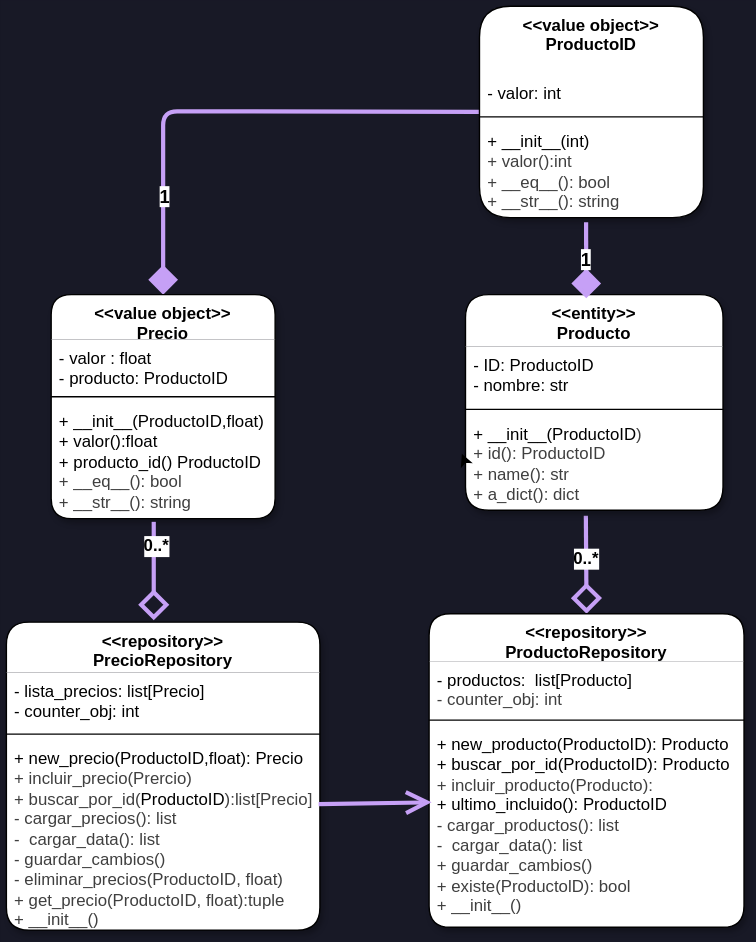
This is Docs/DiagramaSubSistema.svg from shinovi9/Subsistema-Precio, a draw.io export, as it was before one commit. Source tidied: cells renumbered, new cells last; positions are measured from the earlier drawing's top-left corner, leaving out a move shared by most shapes.
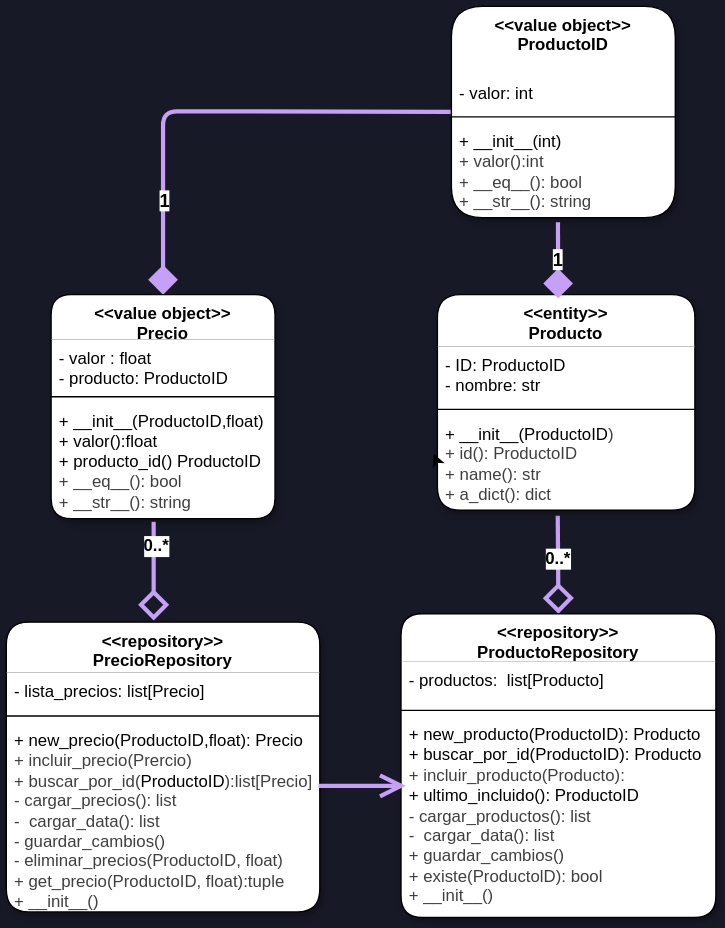
After the commit.

Commit message:
Cambios pequeños en ProductoRepository(iliminacion del limite de counter_obj)

Diff of the diagram source:
```diff
@@ -28,36 +28,36 @@
       <mxGeometry relative="1" as="geometry" />
     </mxCell>
     <mxCell id="9" value="&lt;span style=&quot;color: rgb(0, 0, 0);&quot;&gt;&amp;lt;&amp;lt;repository&amp;gt;&amp;gt;&lt;/span&gt;&lt;div&gt;&lt;span style=&quot;color: rgb(0, 0, 0);&quot;&gt;PrecioRepository&lt;/span&gt;&lt;/div&gt;" style="swimlane;fontStyle=1;align=center;verticalAlign=top;horizontal=1;startSize=36;whiteSpace=wrap;html=1;swimlaneFillColor=default;gradientColor=none;fillStyle=auto;strokeWidth=1;rounded=1;glass=0;swimlaneLine=0;shadow=1;" parent="1" vertex="1">
-      <mxGeometry y="440" width="224" height="220" as="geometry" />
+      <mxGeometry x="20" y="440" width="224" height="207" as="geometry" />
     </mxCell>
-    <mxCell id="10" value="- lista_precios: list[Precio]&lt;div&gt;- counter_obj: int&lt;/div&gt;" style="text;strokeColor=none;fillColor=none;align=left;verticalAlign=top;spacingLeft=4;spacingRight=4;overflow=hidden;whiteSpace=wrap;html=1;rounded=1;" parent="9" vertex="1">
-      <mxGeometry y="36" width="224" height="40" as="geometry" />
+    <mxCell id="10" value="- lista_precios: list[Precio]" style="text;strokeColor=none;fillColor=none;align=left;verticalAlign=top;spacingLeft=4;spacingRight=4;overflow=hidden;whiteSpace=wrap;html=1;rounded=1;" parent="9" vertex="1">
+      <mxGeometry y="36" width="224" height="27" as="geometry" />
     </mxCell>
     <mxCell id="11" style="line;strokeWidth=1;fillColor=none;align=left;verticalAlign=middle;spacingTop=-1;spacingLeft=3;spacingRight=3;labelPosition=right;strokeColor=inherit;rounded=1;" parent="9" vertex="1">
-      <mxGeometry y="76" width="224" height="8" as="geometry" />
+      <mxGeometry y="63" width="224" height="8" as="geometry" />
     </mxCell>
     <mxCell id="12" value="&lt;span style=&quot;color: rgb(0, 0, 0);&quot;&gt;+ new_precio(ProductoID,float): Precio&lt;/span&gt;&lt;div style=&quot;color: rgb(63, 63, 63); scrollbar-color: rgb(226, 226, 226) rgb(251, 251, 251);&quot;&gt;+ incluir_precio(Prercio)&lt;/div&gt;&lt;div style=&quot;color: rgb(63, 63, 63); scrollbar-color: rgb(226, 226, 226) rgb(251, 251, 251);&quot;&gt;+ buscar_por_id(&lt;span style=&quot;scrollbar-color: rgb(226, 226, 226) rgb(251, 251, 251); color: rgb(0, 0, 0);&quot;&gt;ProductoID&lt;/span&gt;):list[Precio]&lt;/div&gt;&lt;div style=&quot;color: rgb(63, 63, 63); scrollbar-color: rgb(226, 226, 226) rgb(251, 251, 251);&quot;&gt;&lt;div style=&quot;scrollbar-color: rgb(226, 226, 226) rgb(251, 251, 251); color: rgb(63, 63, 63);&quot;&gt;- cargar_precios(): list&lt;/div&gt;&lt;div style=&quot;scrollbar-color: rgb(226, 226, 226) rgb(251, 251, 251); color: rgb(63, 63, 63);&quot;&gt;&lt;span style=&quot;color: rgb(63, 63, 63);&quot;&gt;-&amp;nbsp; cargar_data(): list&lt;/span&gt;&lt;/div&gt;&lt;div style=&quot;scrollbar-color: rgb(226, 226, 226) rgb(251, 251, 251); color: rgb(63, 63, 63);&quot;&gt;- guardar_cambios()&lt;/div&gt;&lt;div style=&quot;scrollbar-color: rgb(226, 226, 226) rgb(251, 251, 251); color: rgb(63, 63, 63);&quot;&gt;- eliminar_precios(ProductoID, float)&lt;/div&gt;&lt;div style=&quot;scrollbar-color: rgb(226, 226, 226) rgb(251, 251, 251); color: rgb(63, 63, 63);&quot;&gt;+ get_precio(ProductoID, float):tuple&lt;/div&gt;&lt;div style=&quot;scrollbar-color: rgb(226, 226, 226) rgb(251, 251, 251); color: rgb(63, 63, 63);&quot;&gt;+ __init__()&lt;/div&gt;&lt;/div&gt;" style="text;strokeColor=none;fillColor=none;align=left;verticalAlign=top;spacingLeft=4;spacingRight=4;overflow=hidden;points=[[0,0.5],[1,0.5]];portConstraint=eastwest;whiteSpace=wrap;html=1;rounded=1;" parent="9" vertex="1">
-      <mxGeometry y="84" width="224" height="136" as="geometry" />
+      <mxGeometry y="71" width="224" height="136" as="geometry" />
     </mxCell>
     <mxCell id="13" value="&amp;lt;&amp;lt;repository&amp;gt;&amp;gt;&lt;div&gt;ProductoRepository&lt;/div&gt;" style="swimlane;fontStyle=1;align=center;verticalAlign=top;horizontal=1;startSize=34;whiteSpace=wrap;html=1;swimlaneFillColor=default;gradientColor=none;fillStyle=auto;strokeWidth=1;rounded=1;glass=0;swimlaneLine=0;shadow=1;" parent="1" vertex="1">
-      <mxGeometry x="302" y="434" width="225" height="224" as="geometry" />
+      <mxGeometry x="302" y="434" width="225" height="217" as="geometry" />
     </mxCell>
-    <mxCell id="14" value="- productos:&amp;nbsp; list[Producto]&lt;div&gt;&lt;span style=&quot;color: rgb(63, 63, 63);&quot;&gt;- counter_obj: int&lt;/span&gt;&lt;/div&gt;" style="text;strokeColor=none;fillColor=none;align=left;verticalAlign=top;spacingLeft=4;spacingRight=4;overflow=hidden;whiteSpace=wrap;html=1;rounded=1;" parent="13" vertex="1">
-      <mxGeometry y="34" width="225" height="38" as="geometry" />
+    <mxCell id="14" value="- productos:&amp;nbsp; list[Producto]" style="text;strokeColor=none;fillColor=none;align=left;verticalAlign=top;spacingLeft=4;spacingRight=4;overflow=hidden;whiteSpace=wrap;html=1;rounded=1;" parent="13" vertex="1">
+      <mxGeometry y="34" width="225" height="31" as="geometry" />
     </mxCell>
     <mxCell id="15" style="line;strokeWidth=1;fillColor=none;align=left;verticalAlign=middle;spacingTop=-1;spacingLeft=3;spacingRight=3;labelPosition=right;strokeColor=inherit;rounded=1;" parent="13" vertex="1">
-      <mxGeometry y="72" width="225" height="8" as="geometry" />
+      <mxGeometry y="65" width="225" height="8" as="geometry" />
     </mxCell>
     <mxCell id="16" value="&lt;font style=&quot;scrollbar-color: rgb(226, 226, 226) rgb(251, 251, 251); color: rgb(0, 0, 0);&quot;&gt;+ new_producto(ProductoID): Producto&lt;/font&gt;&lt;div style=&quot;scrollbar-color: rgb(226, 226, 226) rgb(251, 251, 251); color: rgb(63, 63, 63);&quot;&gt;&lt;font style=&quot;scrollbar-color: rgb(226, 226, 226) rgb(251, 251, 251); color: rgb(0, 0, 0);&quot;&gt;+ buscar_por_id(ProductoID): Producto&lt;/font&gt;&lt;/div&gt;&lt;div style=&quot;scrollbar-color: rgb(226, 226, 226) rgb(251, 251, 251); color: rgb(63, 63, 63);&quot;&gt;+ incluir_producto(Producto):&lt;/div&gt;&lt;div style=&quot;scrollbar-color: rgb(226, 226, 226) rgb(251, 251, 251); color: rgb(63, 63, 63);&quot;&gt;&lt;font style=&quot;scrollbar-color: rgb(226, 226, 226) rgb(251, 251, 251); color: rgb(0, 0, 0);&quot;&gt;+ ultimo_incluido(): ProductoID&lt;/font&gt;&lt;/div&gt;&lt;div style=&quot;scrollbar-color: rgb(226, 226, 226) rgb(251, 251, 251); color: rgb(63, 63, 63);&quot;&gt;- cargar_productos(): list&lt;/div&gt;&lt;div style=&quot;scrollbar-color: rgb(226, 226, 226) rgb(251, 251, 251); color: rgb(63, 63, 63);&quot;&gt;&lt;span style=&quot;color: rgb(63, 63, 63);&quot;&gt;-&amp;nbsp; cargar_data(): list&lt;/span&gt;&lt;/div&gt;&lt;div style=&quot;scrollbar-color: rgb(226, 226, 226) rgb(251, 251, 251); color: rgb(63, 63, 63);&quot;&gt;+ guardar_cambios()&lt;/div&gt;&lt;div style=&quot;scrollbar-color: rgb(226, 226, 226) rgb(251, 251, 251); color: rgb(63, 63, 63);&quot;&gt;+ existe(ProductolD): bool&lt;/div&gt;&lt;div style=&quot;scrollbar-color: rgb(226, 226, 226) rgb(251, 251, 251); color: rgb(63, 63, 63);&quot;&gt;+ __init__()&lt;/div&gt;" style="text;strokeColor=none;fillColor=none;align=left;verticalAlign=top;spacingLeft=4;spacingRight=4;overflow=hidden;points=[[0,0.5],[1,0.5]];portConstraint=eastwest;whiteSpace=wrap;html=1;rounded=1;" parent="13" vertex="1">
-      <mxGeometry y="80" width="225" height="144" as="geometry" />
+      <mxGeometry y="73" width="225" height="144" as="geometry" />
     </mxCell>
-    <mxCell id="17" style="edgeStyle=none;html=1;exitX=0.996;exitY=0.338;exitDx=0;exitDy=0;startArrow=none;startFill=0;strokeColor=#C6A0F6;strokeWidth=3;endArrow=open;endFill=0;exitPerimeter=0;rounded=1;endSize=12;entryX=0.008;entryY=0.38;entryDx=0;entryDy=0;entryPerimeter=0;" parent="1" edge="1" source="12" target="16">
+    <mxCell id="17" style="edgeStyle=none;html=1;exitX=0.996;exitY=0.338;exitDx=0;exitDy=0;startArrow=none;startFill=0;strokeColor=#C6A0F6;strokeWidth=3;endArrow=open;endFill=0;exitPerimeter=0;rounded=1;endSize=12;entryX=0.015;entryY=0.347;entryDx=0;entryDy=0;entryPerimeter=0;" parent="1" edge="1" source="12" target="16">
       <mxGeometry relative="1" as="geometry" />
     </mxCell>
     <mxCell id="18" style="edgeStyle=none;html=1;entryX=0.5;entryY=0;entryDx=0;entryDy=0;strokeColor=#C6A0F6;strokeWidth=3;endArrow=diamond;endFill=1;endSize=14;" parent="1" edge="1" source="20" target="25">
       <mxGeometry relative="1" as="geometry">
         <Array as="points">
-          <mxPoint x="112" y="75" />
+          <mxPoint x="132" y="75" />
         </Array>
       </mxGeometry>
     </mxCell>
@@ -80,7 +80,7 @@
       <mxGeometry x="-0.02" relative="1" as="geometry" />
     </mxCell>
     <mxCell id="25" value="&amp;lt;&amp;lt;value object&amp;gt;&amp;gt;&lt;div&gt;Precio&lt;/div&gt;" style="swimlane;fontStyle=1;align=center;verticalAlign=top;horizontal=1;startSize=32;whiteSpace=wrap;html=1;swimlaneFillColor=default;gradientColor=none;fillStyle=auto;strokeWidth=1;rounded=1;glass=0;swimlaneLine=0;shadow=1;" parent="1" vertex="1">
-      <mxGeometry x="32" y="206" width="160" height="160" as="geometry" />
+      <mxGeometry x="52" y="206" width="160" height="160" as="geometry" />
     </mxCell>
     <mxCell id="26" value="- valor : float&lt;div&gt;- producto: ProductoID&lt;/div&gt;" style="text;strokeColor=none;fillColor=none;align=left;verticalAlign=top;spacingLeft=4;spacingRight=4;overflow=hidden;whiteSpace=wrap;html=1;rounded=1;" parent="25" vertex="1">
       <mxGeometry y="32" width="160" height="37" as="geometry" />
```
